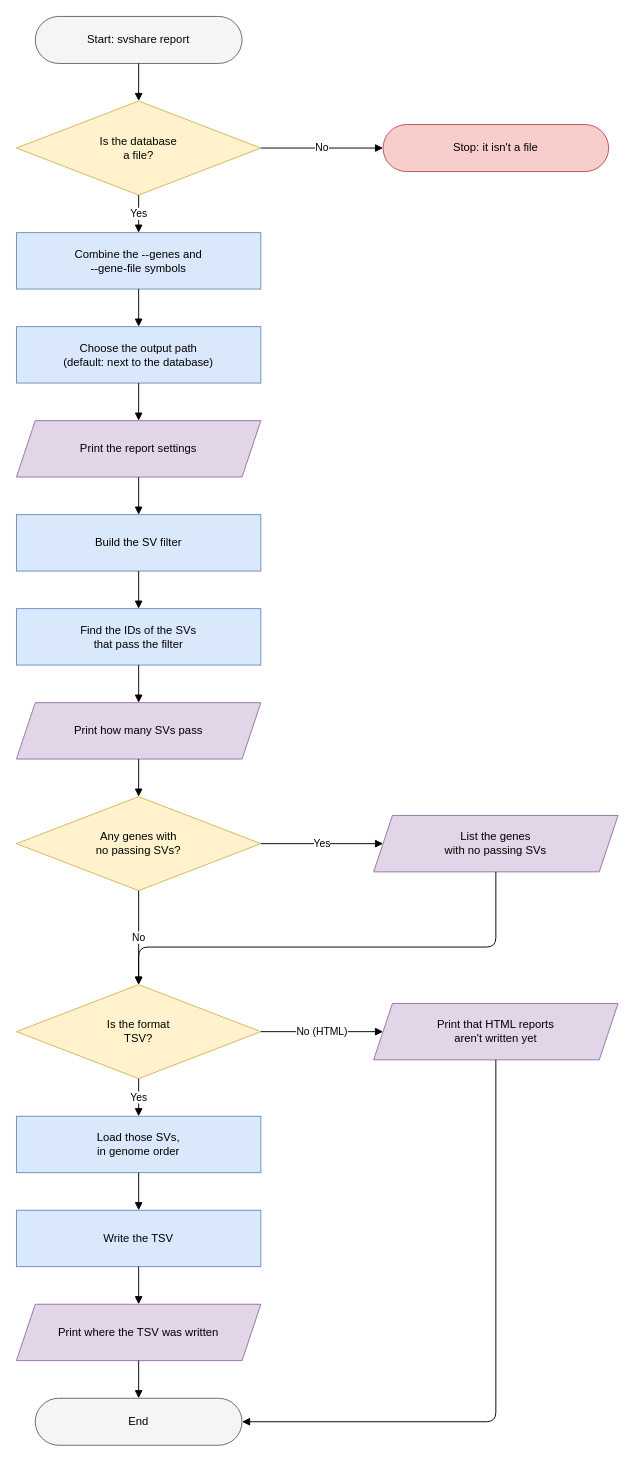
Before: docs/report-flowchart.drawio in k8r/SVShare, a draw.io diagram. Source tidied: cells renumbered, new cells numbered last; positions are measured from the earlier drawing's top-left corner, leaving out a move shared by most shapes. Both pictures are drawn from the tidied source at 94%, with x=0, y=0 at pixel (16, 16).
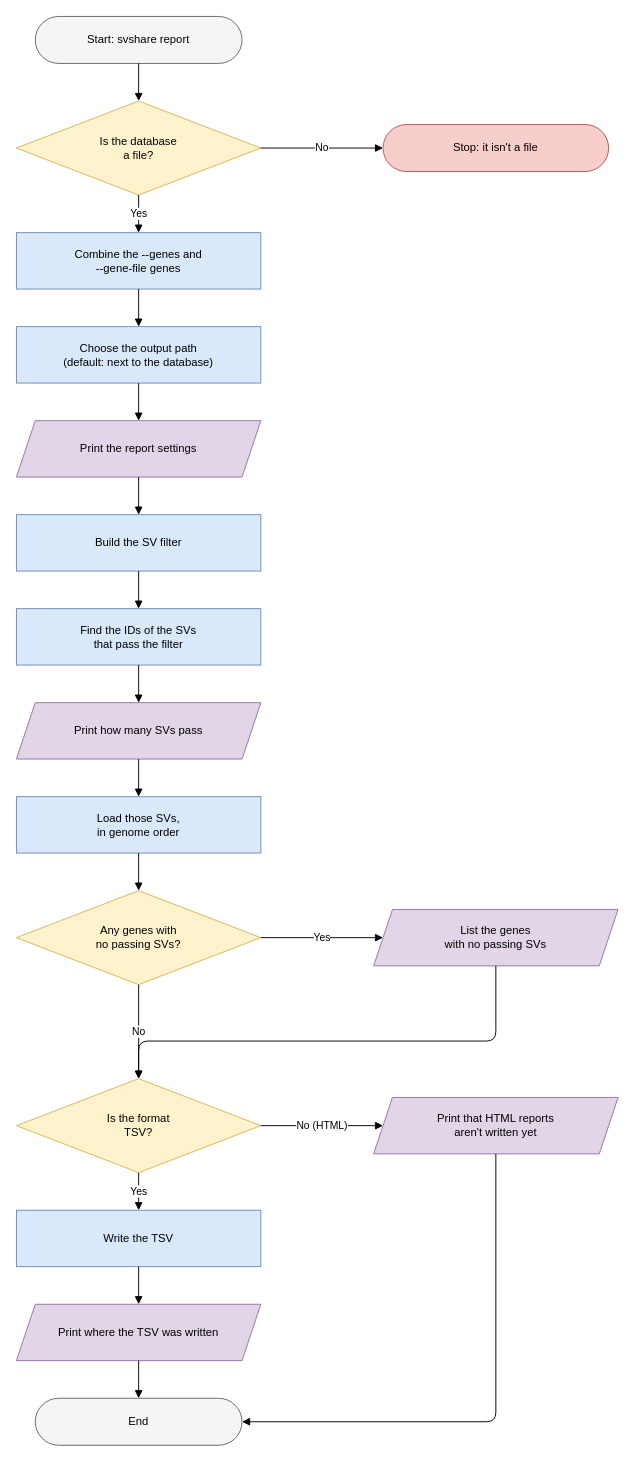
After the change.

Commit message (it also covers changes not shown here):
Update the diagrams for overlapped and nearby parts, Ensembl IDs, and loading SVs before the gene note

The change refers to these unchanged cells:
```xml
<mxCell id="10" value="Print how many SVs pass" style="shape=parallelogram;perimeter=parallelogramPerimeter;whiteSpace=wrap;html=1;fixedSize=1;fillColor=#e1d5e7;strokeColor=#9673a6;" parent="1" vertex="1">
  <mxGeometry y="730" width="260" height="60" as="geometry" />
</mxCell>
<mxCell id="14" value="Write the TSV" style="rounded=0;whiteSpace=wrap;html=1;fillColor=#dae8fc;strokeColor=#6c8ebf;" parent="1" vertex="1">
  <mxGeometry y="1270" width="260" height="60" as="geometry" />
</mxCell>
```

What changed in the source:
```diff
@@
-    <mxCell id="5" value="Combine the --genes and&lt;br&gt;--gene-file symbols" style="rounded=0;whiteSpace=wrap;html=1;fillColor=#dae8fc;strokeColor=#6c8ebf;" parent="1" vertex="1">
+    <mxCell id="5" value="Combine the --genes and&lt;br&gt;--gene-file genes" style="rounded=0;whiteSpace=wrap;html=1;fillColor=#dae8fc;strokeColor=#6c8ebf;" parent="1" vertex="1">
       <mxGeometry y="230" width="260" height="60" as="geometry" />
     </mxCell>
@@
     <mxCell id="11" value="Is the format&lt;br&gt;TSV?" style="rhombus;whiteSpace=wrap;html=1;fillColor=#fff2cc;strokeColor=#d6b656;" parent="1" vertex="1">
-      <mxGeometry y="1030" width="260" height="100" as="geometry" />
+      <mxGeometry y="1130" width="260" height="100" as="geometry" />
     </mxCell>
     <mxCell id="12" value="Print that HTML reports&lt;br&gt;aren't written yet" style="shape=parallelogram;perimeter=parallelogramPerimeter;whiteSpace=wrap;html=1;fixedSize=1;fillColor=#e1d5e7;strokeColor=#9673a6;" parent="1" vertex="1">
-      <mxGeometry x="380" y="1050" width="260" height="60" as="geometry" />
+      <mxGeometry x="380" y="1150" width="260" height="60" as="geometry" />
     </mxCell>
     <mxCell id="13" value="Load those SVs,&lt;br&gt;in genome order" style="rounded=0;whiteSpace=wrap;html=1;fillColor=#dae8fc;strokeColor=#6c8ebf;" parent="1" vertex="1">
-      <mxGeometry y="1170" width="260" height="60" as="geometry" />
+      <mxGeometry y="830" width="260" height="60" as="geometry" />
     </mxCell>
@@
-    <mxCell id="25" style="edgeStyle=orthogonalEdgeStyle;html=1;endArrow=block;" parent="1" edge="1" source="10" target="32">
+    <mxCell id="25" style="edgeStyle=orthogonalEdgeStyle;html=1;endArrow=block;" parent="1" edge="1" source="10" target="13">
       <mxGeometry relative="1" as="geometry" />
     </mxCell>
-    <mxCell id="26" value="Yes" style="edgeStyle=orthogonalEdgeStyle;html=1;endArrow=block;labelBackgroundColor=#ffffff;" parent="1" edge="1" source="11" target="13">
+    <mxCell id="26" value="Yes" style="edgeStyle=orthogonalEdgeStyle;html=1;endArrow=block;labelBackgroundColor=#ffffff;" parent="1" edge="1" source="11" target="14">
       <mxGeometry relative="1" as="geometry" />
     </mxCell>
@@
-    <mxCell id="28" style="edgeStyle=orthogonalEdgeStyle;html=1;endArrow=block;" parent="1" edge="1" source="13" target="14">
-      <mxGeometry relative="1" as="geometry" />
-    </mxCell>
@@
     <mxCell id="32" value="Any genes with&lt;br&gt;no passing SVs?" style="rhombus;whiteSpace=wrap;html=1;fillColor=#fff2cc;strokeColor=#d6b656;" parent="1" vertex="1">
-      <mxGeometry y="830" width="260" height="100" as="geometry" />
+      <mxGeometry y="930" width="260" height="100" as="geometry" />
     </mxCell>
     <mxCell id="33" value="List the genes&lt;br&gt;with no passing SVs" style="shape=parallelogram;perimeter=parallelogramPerimeter;whiteSpace=wrap;html=1;fixedSize=1;fillColor=#e1d5e7;strokeColor=#9673a6;" parent="1" vertex="1">
-      <mxGeometry x="380" y="850" width="260" height="60" as="geometry" />
+      <mxGeometry x="380" y="950" width="260" height="60" as="geometry" />
     </mxCell>
@@
     <mxCell id="36" style="edgeStyle=orthogonalEdgeStyle;html=1;endArrow=block;labelBackgroundColor=#ffffff;exitX=0.5;exitY=1;exitDx=0;exitDy=0;entryX=0.5;entryY=0;entryDx=0;entryDy=0;" parent="1" edge="1" source="33" target="11">
       <mxGeometry relative="1" as="geometry">
         <Array as="points">
-          <mxPoint x="510" y="990" />
-          <mxPoint x="130" y="990" />
+          <mxPoint x="510" y="1090" />
+          <mxPoint x="130" y="1090" />
         </Array>
       </mxGeometry>
     </mxCell>
+    <mxCell id="37" style="edgeStyle=orthogonalEdgeStyle;html=1;endArrow=block;" parent="1" edge="1" source="13" target="32">
+      <mxGeometry relative="1" as="geometry" />
+    </mxCell>
```
